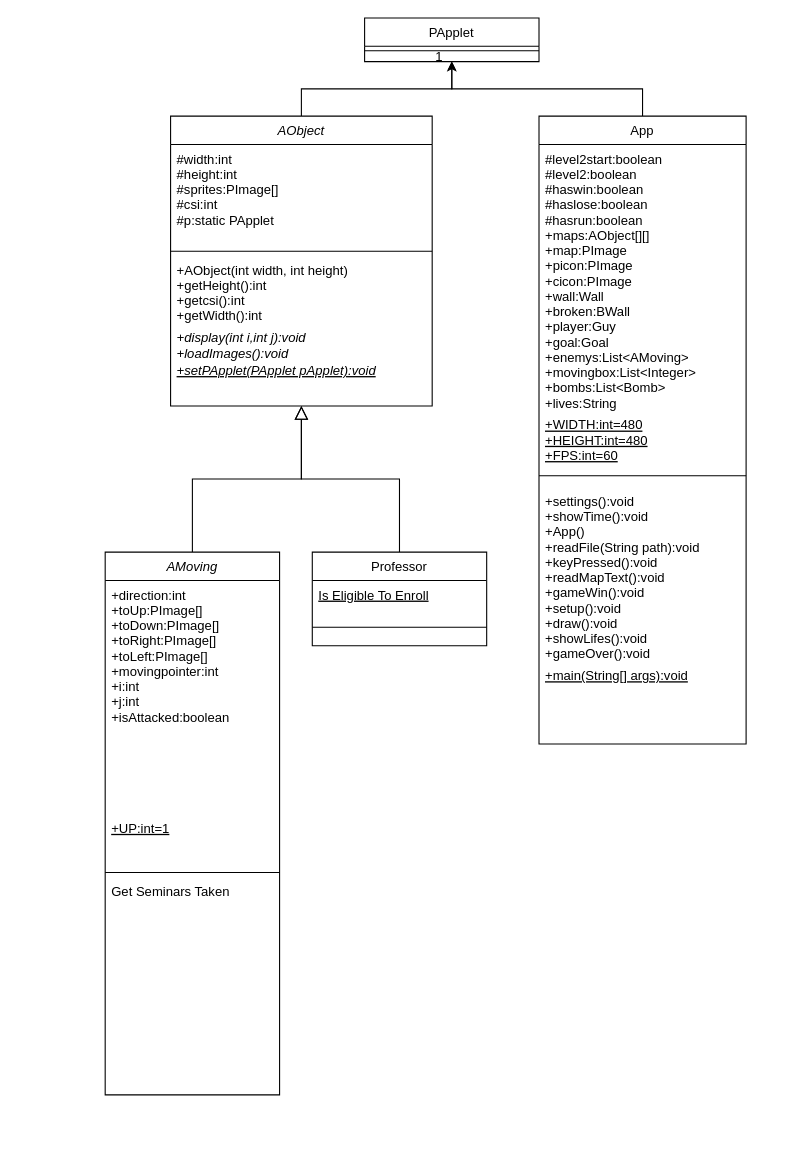
Neptuneqaq/neptune keeps this draw.io diagram as Untitled Diagram.drawio. Above is the earlier version. Source tidied: cells renumbered, new cells numbered last; positions are measured from the earlier drawing's top-left corner, leaving out a move shared by most shapes. Both pictures are drawn from the tidied source at 109%, with x=0, y=0 at pixel (105, 17).
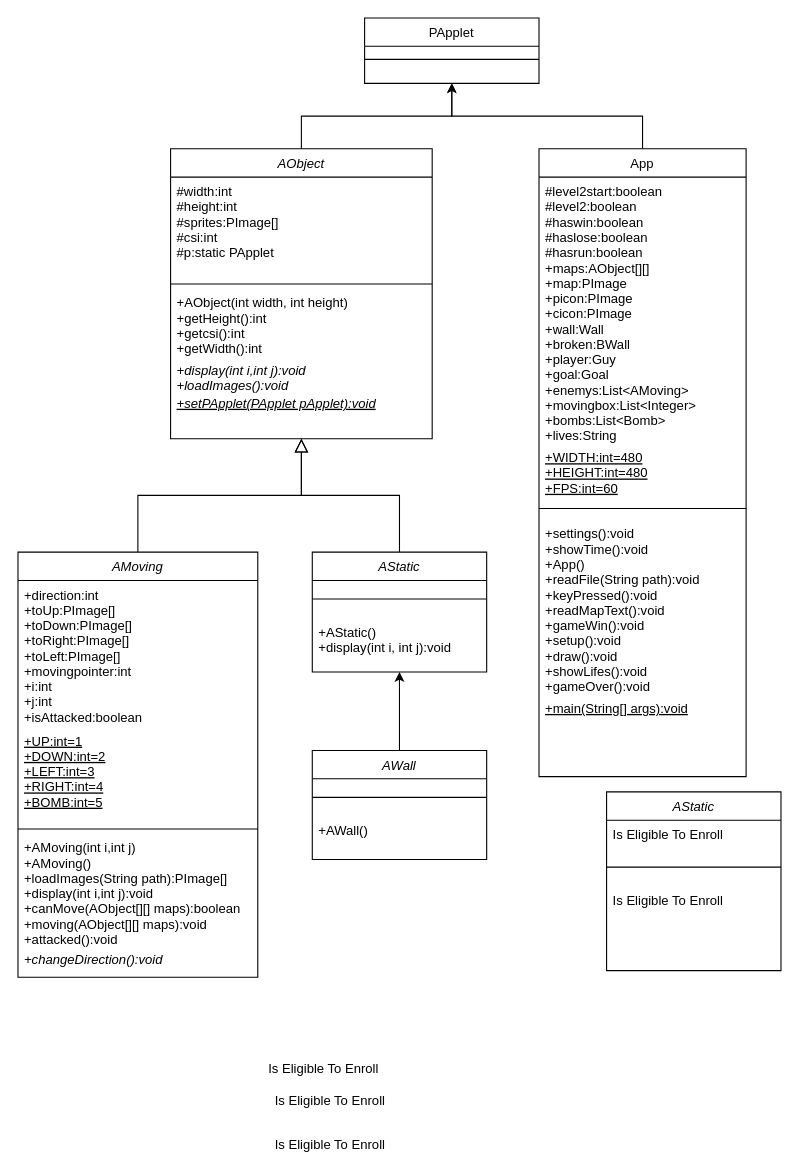
Above is the later version.

Unchanged cells that the change refers to:
```xml
<mxCell id="25" style="endArrow=open;shadow=0;strokeWidth=1;rounded=0;endFill=1;edgeStyle=elbowEdgeStyle;elbow=vertical;entryX=0.5;entryY=1;entryDx=0;entryDy=0;" parent="1" edge="1" source="2" target="27">
  <mxGeometry x="0.5" y="41" relative="1" as="geometry">
    <mxPoint x="-40" y="32" as="offset" />
  </mxGeometry>
</mxCell>
```

Diff of the diagram source:
```diff
@@
     <mxCell id="2" value="AObject" style="swimlane;fontStyle=2;align=center;verticalAlign=top;horizontal=1;startSize=26;rounded=0;shadow=0;strokeWidth=1;" parent="1" vertex="1">
-      <mxGeometry x="60" y="90" width="240" height="266" as="geometry" />
+      <mxGeometry x="60" y="120" width="240" height="266" as="geometry" />
     </mxCell>
@@
     <mxCell id="8" value="AMoving" style="swimlane;fontStyle=2;align=center;verticalAlign=top;horizontal=1;startSize=26;rounded=0;shadow=0;strokeWidth=1;" parent="1" vertex="1">
-      <mxGeometry y="490" width="160" height="498" as="geometry" />
+      <mxGeometry x="-80" y="490" width="220" height="390" as="geometry" />
     </mxCell>
     <mxCell id="9" value="+direction:int&#10;+toUp:PImage[]&#10;+toDown:PImage[]&#10;+toRight:PImage[]&#10;+toLeft:PImage[]&#10;+movingpointer:int&#10;+i:int&#10;+j:int&#10;+isAttacked:boolean&#10;&#10;" style="text;align=left;verticalAlign=top;spacingLeft=4;spacingRight=4;overflow=hidden;" parent="8" vertex="1">
-      <mxGeometry y="26" width="160" height="214" as="geometry" />
+      <mxGeometry y="26" width="220" height="134" as="geometry" />
     </mxCell>
-    <mxCell id="10" value="+UP:int=1" style="text;align=left;verticalAlign=top;spacingLeft=4;spacingRight=4;overflow=hidden;fontStyle=4;" parent="8" vertex="1">
-      <mxGeometry y="240" width="160" height="50" as="geometry" />
+    <mxCell id="10" value="+UP:int=1&#10;+DOWN:int=2&#10;+LEFT:int=3&#10;+RIGHT:int=4&#10;+BOMB:int=5&#10;&#10;" style="text;align=left;verticalAlign=top;spacingLeft=4;spacingRight=4;overflow=hidden;fontStyle=4;" parent="8" vertex="1">
+      <mxGeometry y="160" width="220" height="90" as="geometry" />
     </mxCell>
     <mxCell id="11" style="line;html=1;strokeWidth=1;align=left;verticalAlign=middle;spacingTop=-1;spacingLeft=3;spacingRight=3;labelPosition=right;" parent="8" vertex="1">
-      <mxGeometry y="290" width="160" height="8" as="geometry" />
+      <mxGeometry y="250" width="220" height="8" as="geometry" />
     </mxCell>
-    <mxCell id="12" value="Get Seminars Taken" style="text;align=left;verticalAlign=top;spacingLeft=4;spacingRight=4;overflow=hidden;" parent="8" vertex="1">
-      <mxGeometry y="298" width="160" height="116" as="geometry" />
+    <mxCell id="12" value="+AMoving(int i,int j)&#10;+AMoving()&#10;+loadImages(String path):PImage[]&#10;+display(int i,int j):void&#10;+canMove(AObject[][] maps):boolean&#10;+moving(AObject[][] maps):void&#10;+attacked():void&#10;" style="text;align=left;verticalAlign=top;spacingLeft=4;spacingRight=4;overflow=hidden;" parent="8" vertex="1">
+      <mxGeometry y="258" width="220" height="102" as="geometry" />
     </mxCell>
+    <mxCell id="29" value="+changeDirection():void" style="text;align=left;verticalAlign=top;spacingLeft=4;spacingRight=4;overflow=hidden;fontStyle=2;" parent="8" vertex="1">
+      <mxGeometry y="360" width="220" height="30" as="geometry" />
+    </mxCell>
@@
-    <mxCell id="14" value="Professor" style="swimlane;fontStyle=0;align=center;verticalAlign=top;horizontal=1;startSize=26;rounded=0;shadow=0;strokeWidth=1;" parent="1" vertex="1">
-      <mxGeometry x="190" y="490" width="160" height="86" as="geometry" />
+    <mxCell id="14" value="AStatic" style="swimlane;fontStyle=2;align=center;verticalAlign=top;horizontal=1;startSize=26;rounded=0;shadow=0;strokeWidth=1;" parent="1" vertex="1">
+      <mxGeometry x="190" y="490" width="160" height="110" as="geometry" />
     </mxCell>
-    <mxCell id="15" value="Is Eligible To Enroll" style="text;align=left;verticalAlign=top;spacingLeft=4;spacingRight=4;overflow=hidden;fontStyle=4;" parent="14" vertex="1">
-      <mxGeometry y="26" width="160" height="26" as="geometry" />
-    </mxCell>
     <mxCell id="16" style="line;html=1;strokeWidth=1;align=left;verticalAlign=middle;spacingTop=-1;spacingLeft=3;spacingRight=3;labelPosition=right;" parent="14" vertex="1">
-      <mxGeometry y="52" width="160" height="34" as="geometry" />
+      <mxGeometry y="26" width="160" height="34" as="geometry" />
     </mxCell>
+    <mxCell id="30" value="+AStatic()&#10;+display(int i, int j):void" style="text;align=left;verticalAlign=top;spacingLeft=4;spacingRight=4;overflow=hidden;fontStyle=0;" parent="14" vertex="1">
+      <mxGeometry y="60" width="160" height="40" as="geometry" />
+    </mxCell>
@@
     <mxCell id="19" value="App" style="swimlane;fontStyle=0;align=center;verticalAlign=top;horizontal=1;startSize=26;rounded=0;shadow=0;strokeWidth=1;" parent="1" vertex="1">
-      <mxGeometry x="398" y="90" width="190" height="576" as="geometry" />
+      <mxGeometry x="398" y="120" width="190" height="576" as="geometry" />
     </mxCell>
@@
-    <mxCell id="26" value="1" style="align=right;verticalAlign=bottom;labelBackgroundColor=none;fontSize=12;" parent="25" vertex="1">
-      <mxGeometry x="1" relative="1" as="geometry">
-        <mxPoint x="-7" y="4" as="offset" />
-      </mxGeometry>
-    </mxCell>
     <mxCell id="27" value="PApplet" style="swimlane;fontStyle=0;align=center;verticalAlign=top;horizontal=1;startSize=26;rounded=0;shadow=0;strokeWidth=1;fontColor=default;" parent="1" vertex="1">
-      <mxGeometry x="238" width="160" height="40" as="geometry" />
+      <mxGeometry x="238" width="160" height="60" as="geometry" />
     </mxCell>
     <mxCell id="28" style="line;html=1;strokeWidth=1;align=left;verticalAlign=middle;spacingTop=-1;spacingLeft=3;spacingRight=3;labelPosition=right;" parent="27" vertex="1">
-      <mxGeometry y="26" width="160" height="8" as="geometry" />
+      <mxGeometry y="26" width="160" height="24" as="geometry" />
     </mxCell>
+    <mxCell id="31" style="edgeStyle=orthogonalEdgeStyle;rounded=0;jettySize=auto;html=1;exitX=0.5;exitY=0;exitDx=0;exitDy=0;entryX=0.5;entryY=1;entryDx=0;entryDy=0;fontColor=default;" parent="1" edge="1" source="32" target="14">
+      <mxGeometry relative="1" as="geometry" />
+    </mxCell>
+    <mxCell id="32" value="AWall" style="swimlane;fontStyle=2;align=center;verticalAlign=top;horizontal=1;startSize=26;rounded=0;shadow=0;strokeWidth=1;" parent="1" vertex="1">
+      <mxGeometry x="190" y="672" width="160" height="100" as="geometry" />
+    </mxCell>
+    <mxCell id="33" style="line;html=1;strokeWidth=1;align=left;verticalAlign=middle;spacingTop=-1;spacingLeft=3;spacingRight=3;labelPosition=right;" parent="32" vertex="1">
+      <mxGeometry y="26" width="160" height="34" as="geometry" />
+    </mxCell>
+    <mxCell id="34" value="+AWall()" style="text;align=left;verticalAlign=top;spacingLeft=4;spacingRight=4;overflow=hidden;fontStyle=0;" parent="32" vertex="1">
+      <mxGeometry y="60" width="160" height="30" as="geometry" />
+    </mxCell>
+    <mxCell id="35" value="AStatic" style="swimlane;fontStyle=2;align=center;verticalAlign=top;horizontal=1;startSize=26;rounded=0;shadow=0;strokeWidth=1;" parent="1" vertex="1">
+      <mxGeometry x="460" y="710" width="160" height="164" as="geometry" />
+    </mxCell>
+    <mxCell id="36" value="Is Eligible To Enroll" style="text;align=left;verticalAlign=top;spacingLeft=4;spacingRight=4;overflow=hidden;fontStyle=0;" parent="35" vertex="1">
+      <mxGeometry y="26" width="160" height="26" as="geometry" />
+    </mxCell>
+    <mxCell id="37" style="line;html=1;strokeWidth=1;align=left;verticalAlign=middle;spacingTop=-1;spacingLeft=3;spacingRight=3;labelPosition=right;" parent="35" vertex="1">
+      <mxGeometry y="52" width="160" height="34" as="geometry" />
+    </mxCell>
+    <mxCell id="38" value="Is Eligible To Enroll" style="text;align=left;verticalAlign=top;spacingLeft=4;spacingRight=4;overflow=hidden;fontStyle=0;" parent="35" vertex="1">
+      <mxGeometry y="86" width="160" height="26" as="geometry" />
+    </mxCell>
+    <mxCell id="15" value="Is Eligible To Enroll" style="text;align=left;verticalAlign=top;spacingLeft=4;spacingRight=4;overflow=hidden;fontStyle=0;" parent="1" vertex="1">
+      <mxGeometry x="150" y="980" width="160" height="26" as="geometry" />
+    </mxCell>
+    <mxCell id="39" value="Is Eligible To Enroll" style="text;align=left;verticalAlign=top;spacingLeft=4;spacingRight=4;overflow=hidden;fontStyle=0;" parent="1" vertex="1">
+      <mxGeometry x="150" y="1020" width="160" height="26" as="geometry" />
+    </mxCell>
+    <mxCell id="40" value="Is Eligible To Enroll" style="text;align=left;verticalAlign=top;spacingLeft=4;spacingRight=4;overflow=hidden;fontStyle=0;" parent="1" vertex="1">
+      <mxGeometry x="144" y="950" width="160" height="26" as="geometry" />
+    </mxCell>
```
